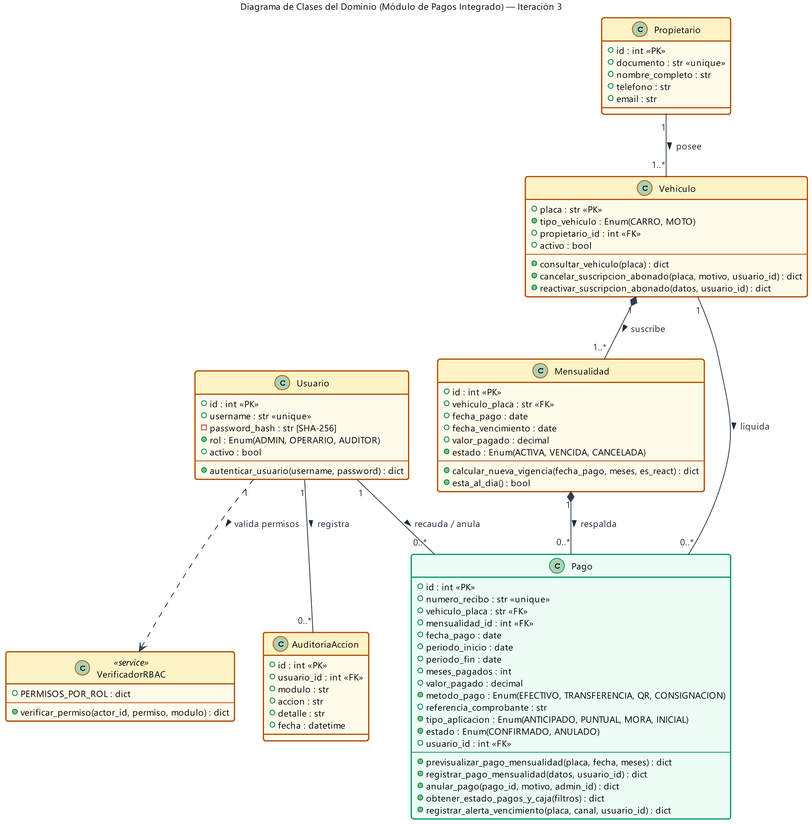
Above: docs/diagramas/5_diagrama_clases_iteracion_3.png in Camilo-Alberto-Palacio/autos-colombia-parqueadero (PlantUML), before the change.
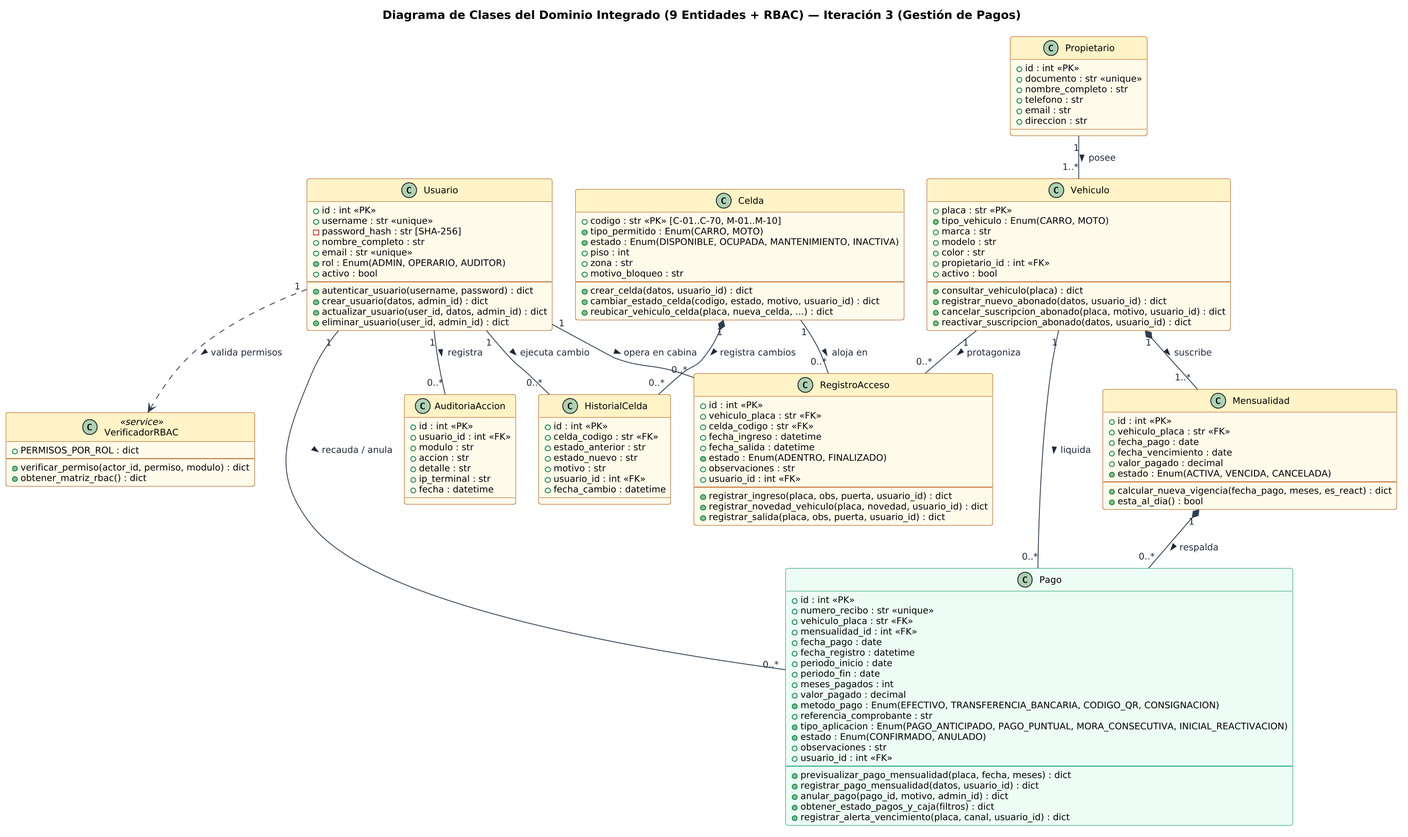
The same diagram one commit later.

The edit, as a diff of the source:
```diff
@@ -11,22 +11,68 @@
 skinparam ClassHeaderBackgroundColor #FEF3C7
 skinparam ClassBorderColor #B45309
 
-title Diagrama de Clases del Dominio (Módulo de Pagos Integrado) — Iteración 3
+skinparam nodesep 28
+skinparam ranksep 38
+title Diagrama de Clases del Dominio Integrado (9 Entidades + RBAC) — Iteración 3 (Gestión de Pagos)
 
 class Usuario {
   + id : int <<PK>>
   + username : str <<unique>>
   - password_hash : str [SHA-256]
+  + nombre_completo : str
+  + email : str <<unique>>
   + rol : Enum(ADMIN, OPERARIO, AUDITOR)
   + activo : bool
   --
   + autenticar_usuario(username, password) : dict
+  + crear_usuario(datos, admin_id) : dict
+  + actualizar_usuario(user_id, datos, admin_id) : dict
+  + eliminar_usuario(user_id, admin_id) : dict
 }
 
 class VerificadorRBAC <<service>> {
   + PERMISOS_POR_ROL : dict
   --
   + verificar_permiso(actor_id, permiso, modulo) : dict
+  + obtener_matriz_rbac() : dict
+}
+
+class Celda {
+  + codigo : str <<PK>> [C-01..C-70, M-01..M-10]
+  + tipo_permitido : Enum(CARRO, MOTO)
+  + estado : Enum(DISPONIBLE, OCUPADA, MANTENIMIENTO, INACTIVA)
+  + piso : int
+  + zona : str
+  + motivo_bloqueo : str
+  --
+  + crear_celda(datos, usuario_id) : dict
+  + cambiar_estado_celda(codigo, estado, motivo, usuario_id) : dict
+  + reubicar_vehiculo_celda(placa, nueva_celda, ...) : dict
+}
+
+class RegistroAcceso {
+  + id : int <<PK>>
+  + vehiculo_placa : str <<FK>>
+  + celda_codigo : str <<FK>>
+  + fecha_ingreso : datetime
+  + fecha_salida : datetime
+  + estado : Enum(ADENTRO, FINALIZADO)
+  + observaciones : str
+  + usuario_id : int <<FK>>
+  --
+  + registrar_ingreso(placa, obs, puerta, usuario_id) : dict
+  + registrar_novedad_vehiculo(placa, novedad, usuario_id) : dict
+  + registrar_salida(placa, obs, puerta, usuario_id) : dict
+}
+
+class HistorialCelda {
+  + id : int <<PK>>
+  + celda_codigo : str <<FK>>
+  + estado_anterior : str
+  + estado_nuevo : str
+  + motivo : str
+  + usuario_id : int <<FK>>
+  + fecha_cambio : datetime
 }
 
 class Propietario {
@@ -35,15 +81,20 @@
   + nombre_completo : str
   + telefono : str
   + email : str
+  + direccion : str
 }
 
 class Vehiculo {
   + placa : str <<PK>>
   + tipo_vehiculo : Enum(CARRO, MOTO)
+  + marca : str
+  + modelo : str
+  + color : str
   + propietario_id : int <<FK>>
   + activo : bool
   --
   + consultar_vehiculo(placa) : dict
+  + registrar_nuevo_abonado(datos, usuario_id) : dict
   + cancelar_suscripcion_abonado(placa, motivo, usuario_id) : dict
   + reactivar_suscripcion_abonado(datos, usuario_id) : dict
 }
@@ -66,14 +117,16 @@
   + vehiculo_placa : str <<FK>>
   + mensualidad_id : int <<FK>>
   + fecha_pago : date
+  + fecha_registro : datetime
   + periodo_inicio : date
   + periodo_fin : date
   + meses_pagados : int
   + valor_pagado : decimal
-  + metodo_pago : Enum(EFECTIVO, TRANSFERENCIA, QR, CONSIGNACION)
+  + metodo_pago : Enum(EFECTIVO, TRANSFERENCIA_BANCARIA, CODIGO_QR, CONSIGNACION)
   + referencia_comprobante : str
-  + tipo_aplicacion : Enum(ANTICIPADO, PUNTUAL, MORA, INICIAL)
+  + tipo_aplicacion : Enum(PAGO_ANTICIPADO, PAGO_PUNTUAL, MORA_CONSECUTIVA, INICIAL_REACTIVACION)
   + estado : Enum(CONFIRMADO, ANULADO)
+  + observaciones : str
   + usuario_id : int <<FK>>
   --
   + previsualizar_pago_mensualidad(placa, fecha, meses) : dict
@@ -89,14 +142,20 @@
   + modulo : str
   + accion : str
   + detalle : str
+  + ip_terminal : str
   + fecha : datetime
 }
 
 Usuario "1" ..> VerificadorRBAC : valida permisos >
+Usuario "1" -- "0..*" AuditoriaAccion : registra >
+Usuario "1" -- "0..*" HistorialCelda : ejecuta cambio >
+Usuario "1" -- "0..*" RegistroAcceso : opera en cabina >
+Usuario "1" -- "0..*" Pago : recauda / anula >
 Propietario "1" -- "1..*" Vehiculo : posee >
 Vehiculo "1" *-- "1..*" Mensualidad : suscribe >
 Vehiculo "1" -- "0..*" Pago : liquida >
+Vehiculo "1" -- "0..*" RegistroAcceso : protagoniza >
+Celda "1" -- "0..*" RegistroAcceso : aloja en >
+Celda "1" *-- "0..*" HistorialCelda : registra cambios >
 Mensualidad "1" *-- "0..*" Pago : respalda >
-Usuario "1" -- "0..*" Pago : recauda / anula >
-Usuario "1" -- "0..*" AuditoriaAccion : registra >
 @enduml
```
